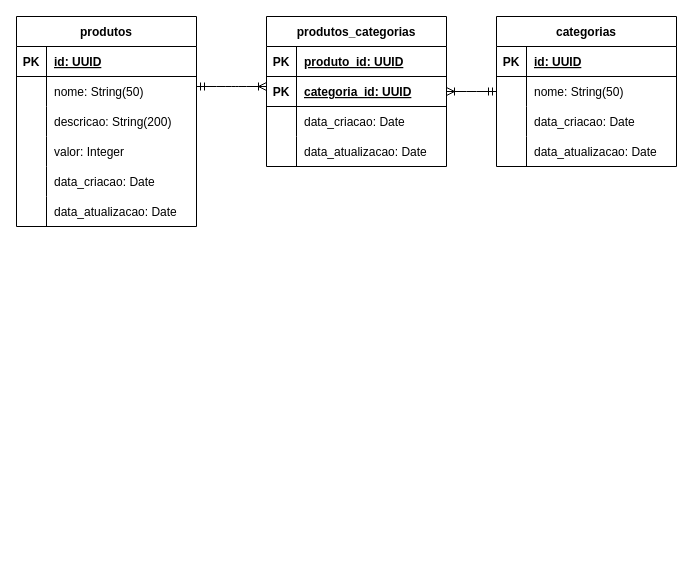
Earlier version of the draw.io diagram page "Modelo Lógico" (2 of 2) of requirements/ecommerce-database.drawio (esteroliveira33/ecommerce-node-api). Source tidied: cells renumbered, new cells numbered last; positions are measured from the earlier drawing's top-left corner, leaving out a move shared by most shapes. Both pictures are drawn from the tidied source at 100%, with x=0, y=0 at pixel (16, 16).
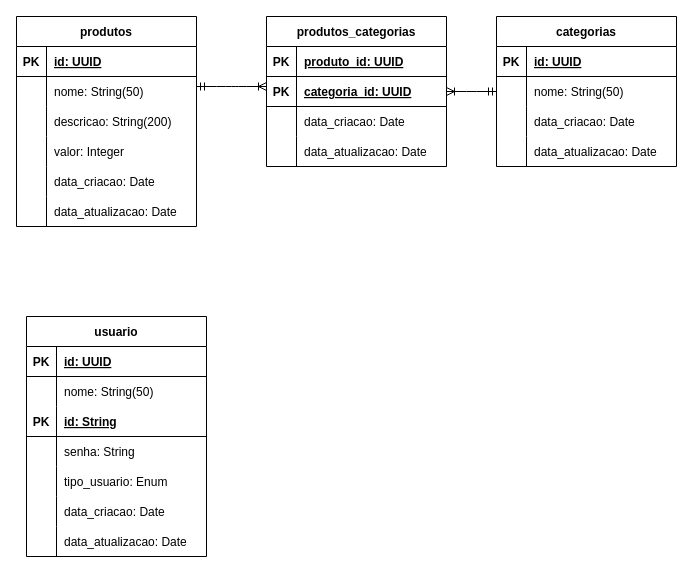
Above is the later version.

Change to the diagram source:
```diff
@@
+    <mxCell id="49" value="usuario" style="shape=table;startSize=30;childLayout=tableLayout;rowLines=0;fontStyle=1;align=center;" parent="1" vertex="1">
+      <mxGeometry x="10" y="300" width="180" height="240" as="geometry" />
+    </mxCell>
+    <mxCell id="50" style="shape=tableRow;horizontal=0;startSize=0;swimlaneHead=0;swimlaneBody=0;fillColor=none;top=0;left=0;right=0;bottom=1;" parent="49" vertex="1">
+      <mxGeometry y="30" width="180" height="30" as="geometry" />
+    </mxCell>
+    <mxCell id="51" value="PK" style="shape=partialRectangle;fillColor=none;top=0;left=0;bottom=0;right=0;fontStyle=1;overflow=hidden;" parent="50" vertex="1">
+      <mxGeometry width="30" height="30" as="geometry" />
+    </mxCell>
+    <mxCell id="52" value="id: UUID" style="shape=partialRectangle;fillColor=none;top=0;left=0;bottom=0;right=0;align=left;spacingLeft=6;fontStyle=5;overflow=hidden;" parent="50" vertex="1">
+      <mxGeometry x="30" width="150" height="30" as="geometry" />
+    </mxCell>
+    <mxCell id="53" style="shape=tableRow;horizontal=0;startSize=0;swimlaneHead=0;swimlaneBody=0;fillColor=none;top=0;left=0;right=0;bottom=0;" parent="49" vertex="1">
+      <mxGeometry y="60" width="180" height="30" as="geometry" />
+    </mxCell>
+    <mxCell id="54" style="shape=partialRectangle;fillColor=none;top=0;left=0;bottom=0;right=0;overflow=hidden;" parent="53" vertex="1">
+      <mxGeometry width="30" height="30" as="geometry" />
+    </mxCell>
+    <mxCell id="55" value="nome: String(50)" style="shape=partialRectangle;fillColor=none;top=0;left=0;bottom=0;right=0;align=left;spacingLeft=6;overflow=hidden;" parent="53" vertex="1">
+      <mxGeometry x="30" width="150" height="30" as="geometry" />
+    </mxCell>
+    <mxCell id="56" style="shape=tableRow;horizontal=0;startSize=0;swimlaneHead=0;swimlaneBody=0;fillColor=none;top=0;left=0;right=0;bottom=1;" parent="49" vertex="1">
+      <mxGeometry y="90" width="180" height="30" as="geometry" />
+    </mxCell>
+    <mxCell id="57" value="PK" style="shape=partialRectangle;fillColor=none;top=0;left=0;bottom=0;right=0;fontStyle=1;overflow=hidden;" parent="56" vertex="1">
+      <mxGeometry width="30" height="30" as="geometry" />
+    </mxCell>
+    <mxCell id="58" value="id: String" style="shape=partialRectangle;fillColor=none;top=0;left=0;bottom=0;right=0;align=left;spacingLeft=6;fontStyle=5;overflow=hidden;" parent="56" vertex="1">
+      <mxGeometry x="30" width="150" height="30" as="geometry" />
+    </mxCell>
+    <mxCell id="59" style="shape=tableRow;horizontal=0;startSize=0;swimlaneHead=0;swimlaneBody=0;fillColor=none;top=0;left=0;right=0;bottom=0;" parent="49" vertex="1">
+      <mxGeometry y="120" width="180" height="30" as="geometry" />
+    </mxCell>
+    <mxCell id="60" style="shape=partialRectangle;fillColor=none;top=0;left=0;bottom=0;right=0;overflow=hidden;" parent="59" vertex="1">
+      <mxGeometry width="30" height="30" as="geometry" />
+    </mxCell>
+    <mxCell id="61" value="senha: String" style="shape=partialRectangle;fillColor=none;top=0;left=0;bottom=0;right=0;align=left;spacingLeft=6;overflow=hidden;" parent="59" vertex="1">
+      <mxGeometry x="30" width="150" height="30" as="geometry" />
+    </mxCell>
+    <mxCell id="62" style="shape=tableRow;horizontal=0;startSize=0;swimlaneHead=0;swimlaneBody=0;fillColor=none;top=0;left=0;right=0;bottom=0;" parent="49" vertex="1">
+      <mxGeometry y="150" width="180" height="30" as="geometry" />
+    </mxCell>
+    <mxCell id="63" style="shape=partialRectangle;fillColor=none;top=0;left=0;bottom=0;right=0;overflow=hidden;" parent="62" vertex="1">
+      <mxGeometry width="30" height="30" as="geometry" />
+    </mxCell>
+    <mxCell id="64" value="tipo_usuario: Enum" style="shape=partialRectangle;fillColor=none;top=0;left=0;bottom=0;right=0;align=left;spacingLeft=6;overflow=hidden;" parent="62" vertex="1">
+      <mxGeometry x="30" width="150" height="30" as="geometry" />
+    </mxCell>
+    <mxCell id="65" style="shape=tableRow;horizontal=0;startSize=0;swimlaneHead=0;swimlaneBody=0;fillColor=none;top=0;left=0;right=0;bottom=0;" parent="49" vertex="1">
+      <mxGeometry y="180" width="180" height="30" as="geometry" />
+    </mxCell>
+    <mxCell id="66" style="shape=partialRectangle;fillColor=none;top=0;left=0;bottom=0;right=0;overflow=hidden;" parent="65" vertex="1">
+      <mxGeometry width="30" height="30" as="geometry" />
+    </mxCell>
+    <mxCell id="67" value="data_criacao: Date" style="shape=partialRectangle;fillColor=none;top=0;left=0;bottom=0;right=0;align=left;spacingLeft=6;overflow=hidden;" parent="65" vertex="1">
+      <mxGeometry x="30" width="150" height="30" as="geometry" />
+    </mxCell>
+    <mxCell id="68" style="shape=tableRow;horizontal=0;startSize=0;swimlaneHead=0;swimlaneBody=0;fillColor=none;top=0;left=0;right=0;bottom=0;" parent="49" vertex="1">
+      <mxGeometry y="210" width="180" height="30" as="geometry" />
+    </mxCell>
+    <mxCell id="69" style="shape=partialRectangle;fillColor=none;top=0;left=0;bottom=0;right=0;overflow=hidden;" parent="68" vertex="1">
+      <mxGeometry width="30" height="30" as="geometry" />
+    </mxCell>
+    <mxCell id="70" value="data_atualizacao: Date" style="shape=partialRectangle;fillColor=none;top=0;left=0;bottom=0;right=0;align=left;spacingLeft=6;overflow=hidden;" parent="68" vertex="1">
+      <mxGeometry x="30" width="150" height="30" as="geometry" />
+    </mxCell>
```
